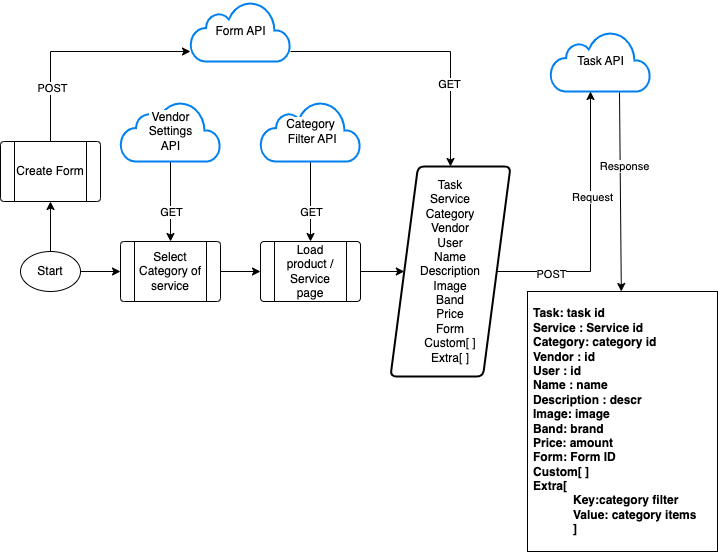
EpicAp-AppinApp/.github keeps this draw.io diagram as task&form&category.drawio.png. Above is the earlier version. Source tidied: cells renumbered, new cells last; positions are measured from the earlier drawing's top-left corner, leaving out a move shared by most shapes.
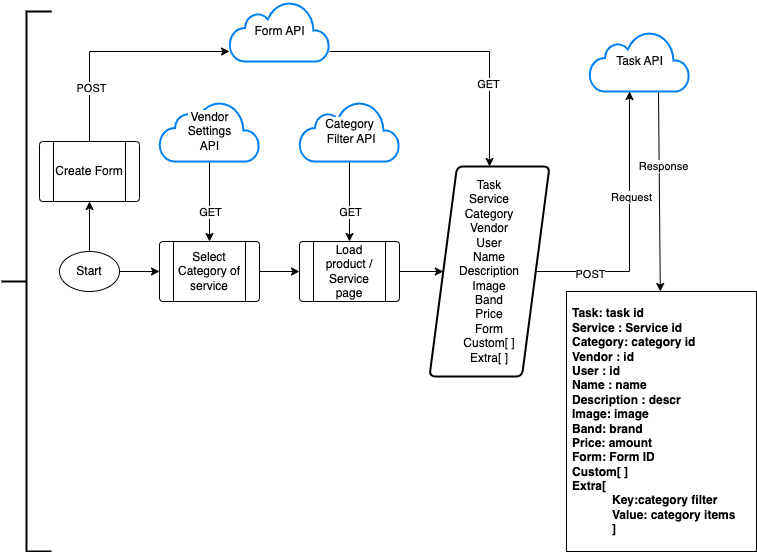
Above is the later version.

The edit, as a diff of the source:
```diff
@@ -108,5 +108,8 @@
         <mxPoint y="-27" as="offset" />
       </mxGeometry>
     </mxCell>
+    <mxCell id="29" style="strokeWidth=2;html=1;shape=mxgraph.flowchart.annotation_2;align=left;labelPosition=right;" parent="1" vertex="1">
+      <mxGeometry x="-38" y="10" width="50" height="540" as="geometry" />
+    </mxCell>
   </root>
 </mxGraphModel>
```
